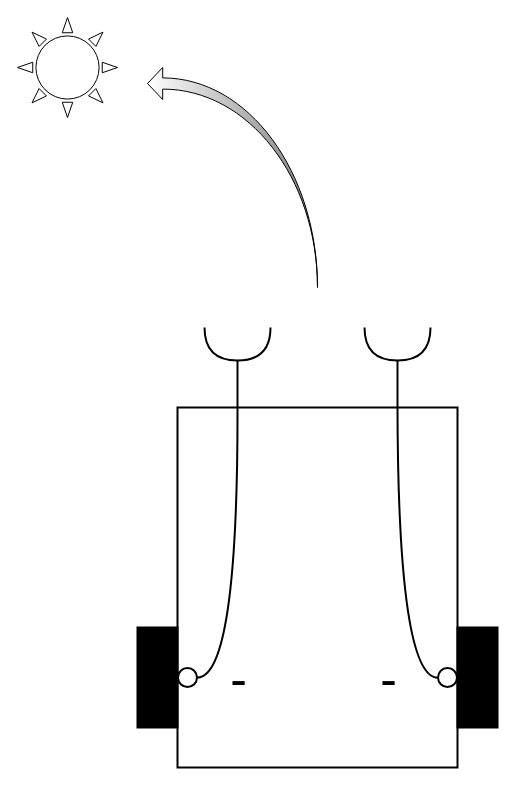
The draw.io diagram page "Braitenbergs" (1 of 3) of docs/media/src/Braitenbergs.drawio in fchampalimaud/cf.lbp, before the edit. Source tidied: cells renumbered, new cells numbered last; positions are measured from the earlier drawing's top-left corner, leaving out a move shared by most shapes. Both pictures are drawn from the tidied source at 100%, with x=0, y=0 at pixel (17, 17).
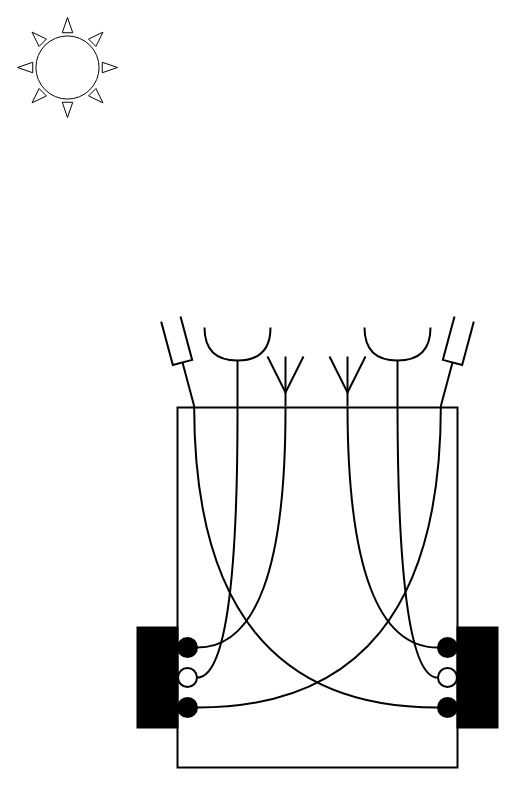
The same diagram, later.

The edit, as a diff of the source:
```diff
@@
-    <mxCell id="15" parent="0" />
-    <mxCell id="16" style="edgeStyle=orthogonalEdgeStyle;orthogonalLoop=1;jettySize=auto;html=1;rounded=0;curved=1;endArrow=none;endFill=0;entryX=0.5;entryY=1;entryDx=0;entryDy=0;strokeWidth=2;startSize=19;startArrow=oval;startFill=0;" parent="15" edge="1">
-      <mxGeometry relative="1" as="geometry">
-        <mxPoint x="170" y="660" as="sourcePoint" />
-        <mxPoint x="220" y="390" as="targetPoint" />
-      </mxGeometry>
-    </mxCell>
-    <mxCell id="17" style="edgeStyle=orthogonalEdgeStyle;orthogonalLoop=1;jettySize=auto;html=1;rounded=0;curved=1;endArrow=none;endFill=0;strokeWidth=2;entryX=0.5;entryY=1;entryDx=0;entryDy=0;startSize=19;startArrow=oval;startFill=0;" parent="15" edge="1">
-      <mxGeometry relative="1" as="geometry">
-        <mxPoint x="430" y="660" as="sourcePoint" />
-        <mxPoint x="380" y="390" as="targetPoint" />
-      </mxGeometry>
-    </mxCell>
-    <mxCell id="18" style="html=1;shadow=0;dashed=0;align=center;verticalAlign=middle;shape=mxgraph.arrows2.jumpInArrow;dy=5.6;dx=15.2;arrowHead=32;gradientColor=#FFFFFF;gradientDirection=east;flipH=1;fillColor=#7C7C7C;" parent="15" vertex="1">
-      <mxGeometry x="130" y="50" width="170" height="220" as="geometry" />
-    </mxCell>
-    <mxCell id="19" value="-" style="edgeLabel;html=1;align=center;verticalAlign=middle;fontSize=50;labelBackgroundColor=none;" parent="15" vertex="1">
-      <mxGeometry x="370" y="660" as="geometry" />
-    </mxCell>
-    <mxCell id="20" value="-" style="edgeLabel;html=1;align=center;verticalAlign=middle;fontSize=50;labelBackgroundColor=none;" parent="15" vertex="1">
-      <mxGeometry x="220" y="660" as="geometry" />
-    </mxCell>
+    <mxCell id="21" parent="0" />
+    <mxCell id="22" style="strokeWidth=2;html=1;shape=mxgraph.flowchart.annotation_2;align=left;labelPosition=right;rotation=-105;" parent="21" vertex="1">
+      <mxGeometry x="120" y="335" width="90" height="20" as="geometry" />
+    </mxCell>
+    <mxCell id="23" style="strokeWidth=2;html=1;shape=mxgraph.flowchart.annotation_2;align=left;labelPosition=right;rotation=-75;" parent="21" vertex="1">
+      <mxGeometry x="390" y="335" width="90" height="20" as="geometry" />
+    </mxCell>
+    <mxCell id="24" style="endArrow=ERmany;html=1;rounded=0;endFill=0;endSize=33;strokeWidth=2;" parent="21" edge="1">
+      <mxGeometry relative="1" as="geometry">
+        <mxPoint x="268" y="389" as="sourcePoint" />
+        <mxPoint x="268" y="339" as="targetPoint" />
+      </mxGeometry>
+    </mxCell>
+    <mxCell id="25" style="endArrow=ERmany;html=1;rounded=0;endFill=0;endSize=33;strokeWidth=2;" parent="21" edge="1">
+      <mxGeometry relative="1" as="geometry">
+        <mxPoint x="330" y="389" as="sourcePoint" />
+        <mxPoint x="330" y="339" as="targetPoint" />
+      </mxGeometry>
+    </mxCell>
+    <mxCell id="26" style="edgeStyle=orthogonalEdgeStyle;orthogonalLoop=1;jettySize=auto;html=1;rounded=0;curved=1;endArrow=none;endFill=0;entryX=0.5;entryY=1;entryDx=0;entryDy=0;strokeWidth=2;startSize=19;startArrow=oval;startFill=0;" parent="21" edge="1">
+      <mxGeometry relative="1" as="geometry">
+        <mxPoint x="170" y="660" as="sourcePoint" />
+        <mxPoint x="220" y="390" as="targetPoint" />
+      </mxGeometry>
+    </mxCell>
+    <mxCell id="27" style="edgeStyle=orthogonalEdgeStyle;orthogonalLoop=1;jettySize=auto;html=1;rounded=0;curved=1;endArrow=none;endFill=0;strokeWidth=2;entryX=0.5;entryY=1;entryDx=0;entryDy=0;startSize=19;startArrow=oval;startFill=0;" parent="21" edge="1">
+      <mxGeometry relative="1" as="geometry">
+        <mxPoint x="430" y="660" as="sourcePoint" />
+        <mxPoint x="380" y="390" as="targetPoint" />
+      </mxGeometry>
+    </mxCell>
+    <mxCell id="28" style="edgeStyle=orthogonalEdgeStyle;jettySize=auto;html=1;rounded=0;curved=1;endArrow=none;endFill=0;strokeWidth=2;entryX=0;entryY=0.5;entryDx=0;entryDy=0;startSize=19;startArrow=oval;startFill=1;entryPerimeter=0;" parent="21" edge="1" target="23">
+      <mxGeometry relative="1" as="geometry">
+        <mxPoint x="170" y="690" as="sourcePoint" />
+      </mxGeometry>
+    </mxCell>
+    <mxCell id="29" style="edgeStyle=orthogonalEdgeStyle;jettySize=auto;html=1;rounded=0;curved=1;endArrow=none;endFill=0;strokeWidth=2;entryX=0;entryY=0.5;entryDx=0;entryDy=0;startSize=19;startArrow=oval;startFill=1;entryPerimeter=0;" parent="21" edge="1" target="22">
+      <mxGeometry relative="1" as="geometry">
+        <mxPoint x="430" y="690" as="sourcePoint" />
+      </mxGeometry>
+    </mxCell>
+    <mxCell id="30" style="edgeStyle=orthogonalEdgeStyle;orthogonalLoop=1;jettySize=auto;html=1;rounded=0;curved=1;endArrow=none;endFill=0;strokeWidth=2;startSize=19;startArrow=oval;startFill=1;" parent="21" edge="1">
+      <mxGeometry relative="1" as="geometry">
+        <mxPoint x="170" y="630" as="sourcePoint" />
+        <mxPoint x="268" y="390" as="targetPoint" />
+      </mxGeometry>
+    </mxCell>
+    <mxCell id="31" style="edgeStyle=orthogonalEdgeStyle;orthogonalLoop=1;jettySize=auto;html=1;rounded=0;curved=1;endArrow=none;endFill=0;strokeWidth=2;startSize=19;startArrow=oval;startFill=1;" parent="21" edge="1">
+      <mxGeometry relative="1" as="geometry">
+        <mxPoint x="430" y="630" as="sourcePoint" />
+        <mxPoint x="330" y="390" as="targetPoint" />
+      </mxGeometry>
+    </mxCell>
```
